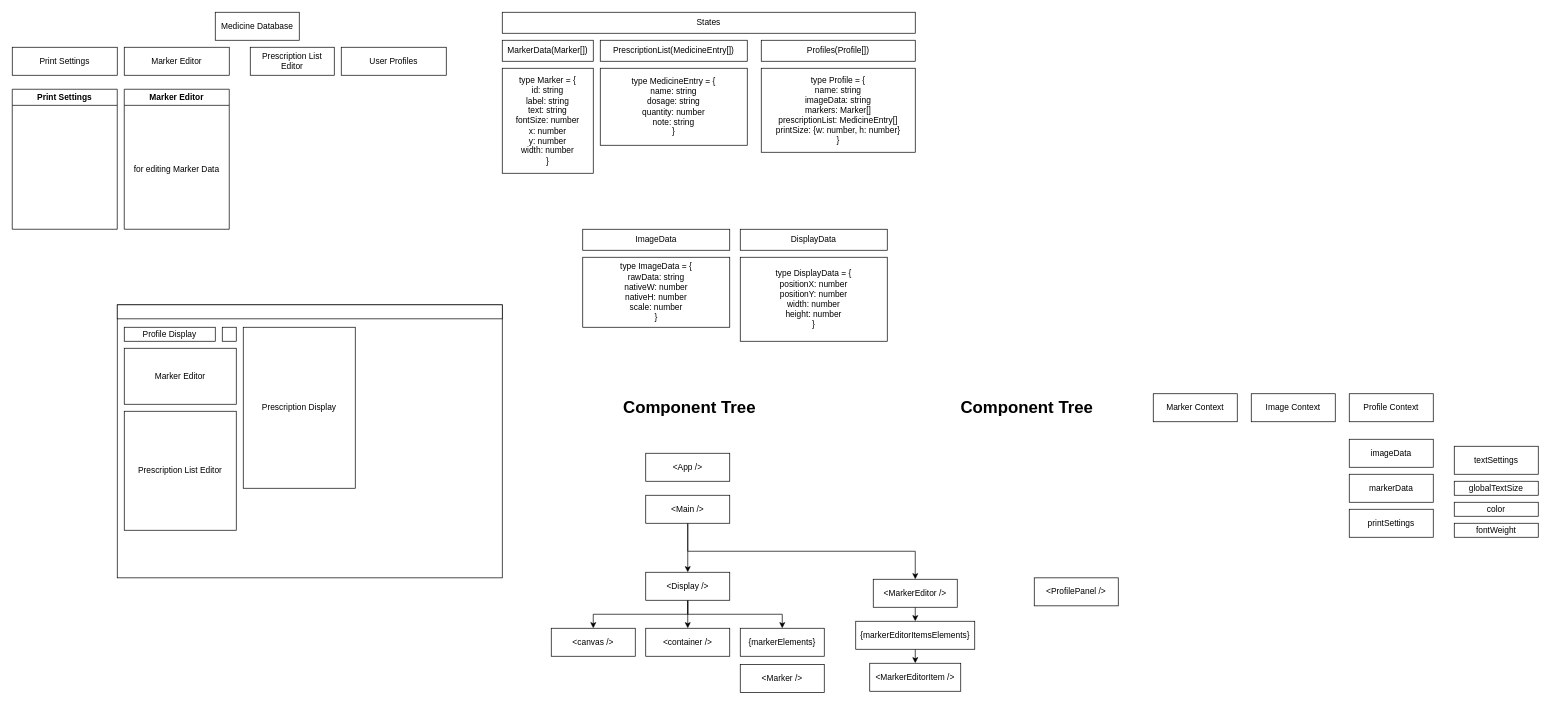
Above: page "Structure" (2 of 7) of flowchart.drawio in jogaleon/prescription-writing-react-ts (draw.io), before the change. Source tidied: cells renumbered, new cells numbered last; positions are measured from the earlier drawing's top-left corner, leaving out a move shared by most shapes. Both pictures are drawn from the tidied source at 70%, with x=0, y=0 at pixel (12, 12).
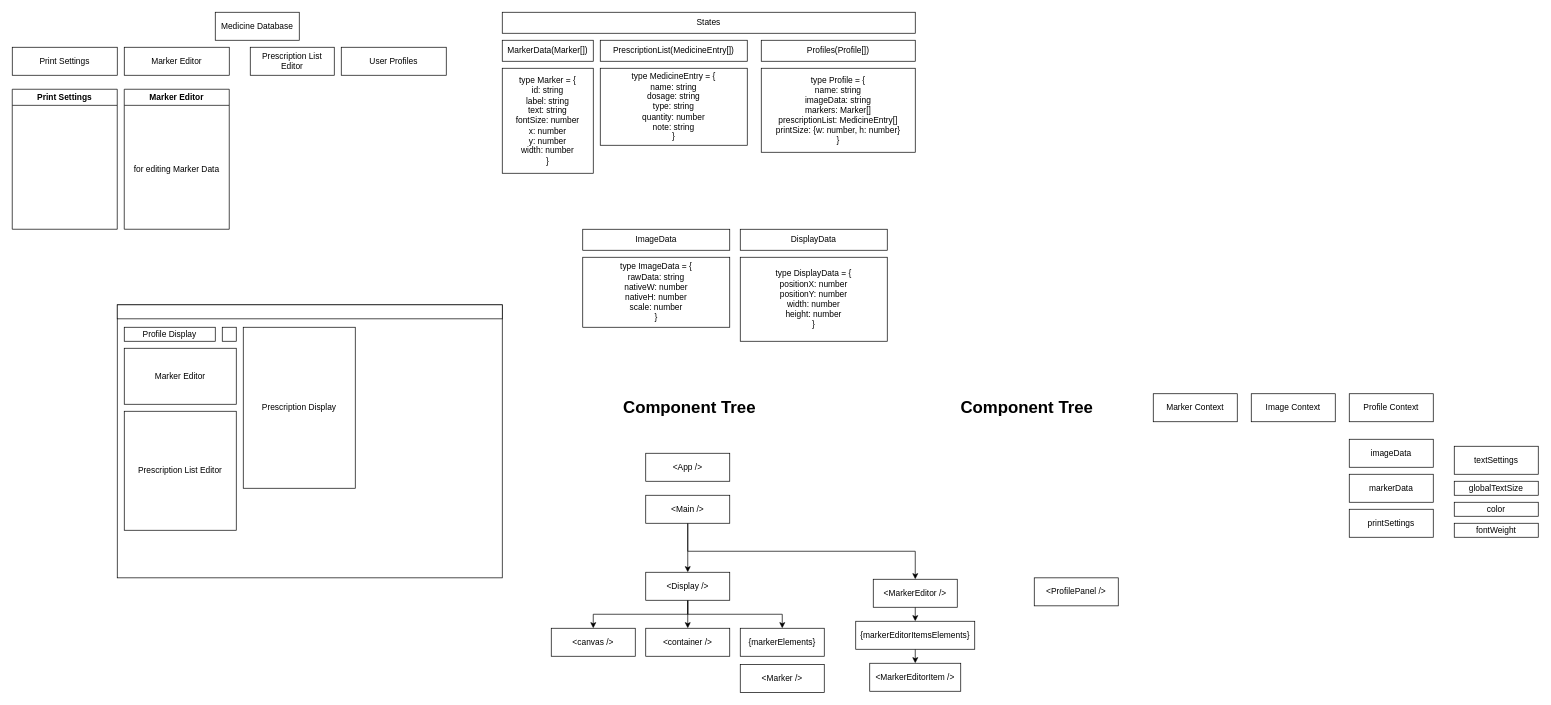
The same diagram, later.

What changed in the source:
```diff
@@
-    <mxCell id="9" value="type MedicineEntry = {&lt;br&gt;name: string&lt;br&gt;dosage: string&lt;br&gt;quantity: number&lt;br&gt;note: string&lt;br&gt;}" style="rounded=0;whiteSpace=wrap;html=1;" parent="1" vertex="1">
+    <mxCell id="9" value="type MedicineEntry = {&lt;br&gt;name: string&lt;br&gt;dosage: string&lt;br&gt;type: string&lt;br&gt;quantity: number&lt;br&gt;note: string&lt;br&gt;}" style="rounded=0;whiteSpace=wrap;html=1;" parent="1" vertex="1">
       <mxGeometry x="840" y="80" width="210" height="110" as="geometry" />
     </mxCell>
```
